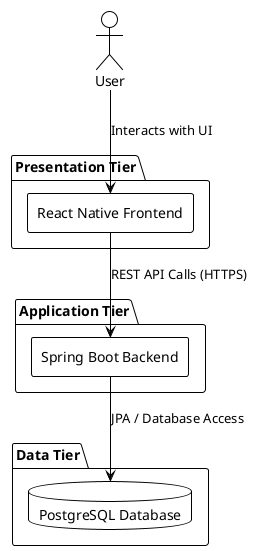
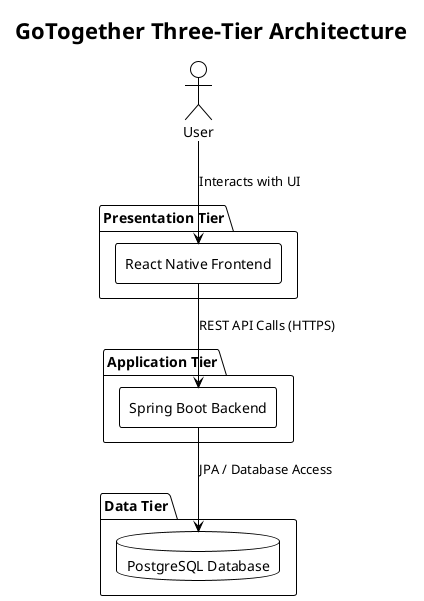
@startuml three-tier-architecture
!theme plain
+ 
+ title GoTogether Three-Tier Architecture

skinparam componentStyle rectangle

actor User

package "Presentation Tier" {
  component "React Native Frontend" as frontend
}

package "Application Tier" {
  component "Spring Boot Backend" as backend
}

package "Data Tier" {
  database "PostgreSQL Database" as db
}

User --> frontend : "Interacts with UI"
frontend --> backend : "REST API Calls (HTTPS)"
backend --> db : "JPA / Database Access"

@enduml
